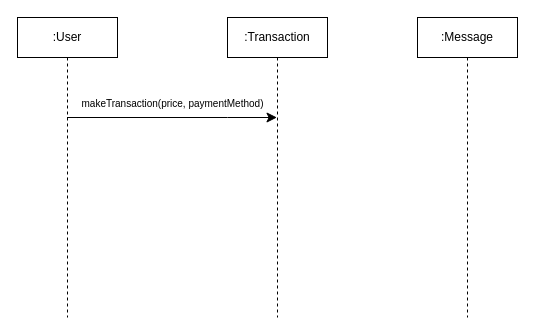
Earlier version of the draw.io diagram page "Page-2" (2 of 2) of Workshop4.drawio (antonykimuom/SWEN30006-2025-SM1-workshop1-tuew05-14-00-team-12). Source tidied: cells renumbered, new cells numbered last; positions are measured from the earlier drawing's top-left corner, leaving out a move shared by most shapes. Both pictures are drawn from the tidied source at 100%, with x=0, y=0 at pixel (17, 17).
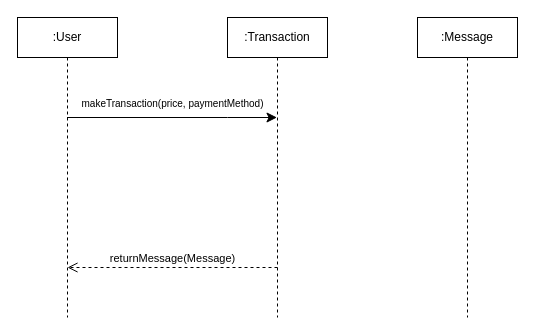
The same diagram, later.

Commit message:
Updated return message

Change to the diagram source:
```diff
@@
 <mxGraphModel>
   <root>
     <mxCell id="0" />
     <mxCell id="1" parent="0" />
     <mxCell id="2" style="edgeStyle=none;curved=0;rounded=0;jettySize=auto;html=1;fontSize=12;startSize=8;endSize=8;" parent="1" edge="1" source="3" target="5">
       <mxGeometry relative="1" as="geometry">
         <Array as="points">
           <mxPoint x="210" y="100" />
         </Array>
       </mxGeometry>
     </mxCell>
     <mxCell id="3" value=":User" style="shape=umlLifeline;perimeter=lifelinePerimeter;whiteSpace=wrap;html=1;outlineConnect=0;portConstraint=eastwest;newEdgeStyle={&quot;curved&quot;:0,&quot;rounded&quot;:0};" parent="1" vertex="1">
       <mxGeometry width="100" height="300" as="geometry" />
     </mxCell>
     <mxCell id="4" value=":Message" style="shape=umlLifeline;perimeter=lifelinePerimeter;whiteSpace=wrap;html=1;newEdgeStyle={&quot;curved&quot;:0,&quot;rounded&quot;:0};" parent="1" vertex="1">
       <mxGeometry x="400" width="100" height="300" as="geometry" />
     </mxCell>
     <mxCell id="5" value=":Transaction" style="shape=umlLifeline;perimeter=lifelinePerimeter;whiteSpace=wrap;html=1;outlineConnect=0;portConstraint=eastwest;newEdgeStyle={&quot;curved&quot;:0,&quot;rounded&quot;:0};" parent="1" vertex="1">
       <mxGeometry x="210" width="100" height="300" as="geometry" />
     </mxCell>
     <mxCell id="6" value="makeTransaction(price, paymentMethod)" style="text;html=1;align=center;verticalAlign=middle;strokeColor=none;fillColor=none;fontSize=10;" parent="1" vertex="1">
       <mxGeometry x="50" y="71" width="210" height="30" as="geometry" />
     </mxCell>
+    <mxCell id="7" value="returnMessage(Message)" style="html=1;verticalAlign=bottom;endArrow=open;dashed=1;endSize=8;curved=0;rounded=0;" parent="1" edge="1">
+      <mxGeometry relative="1" as="geometry">
+        <mxPoint x="260" y="250" as="sourcePoint" />
+        <mxPoint x="50" y="250" as="targetPoint" />
+      </mxGeometry>
+    </mxCell>
   </root>
 </mxGraphModel>
```
